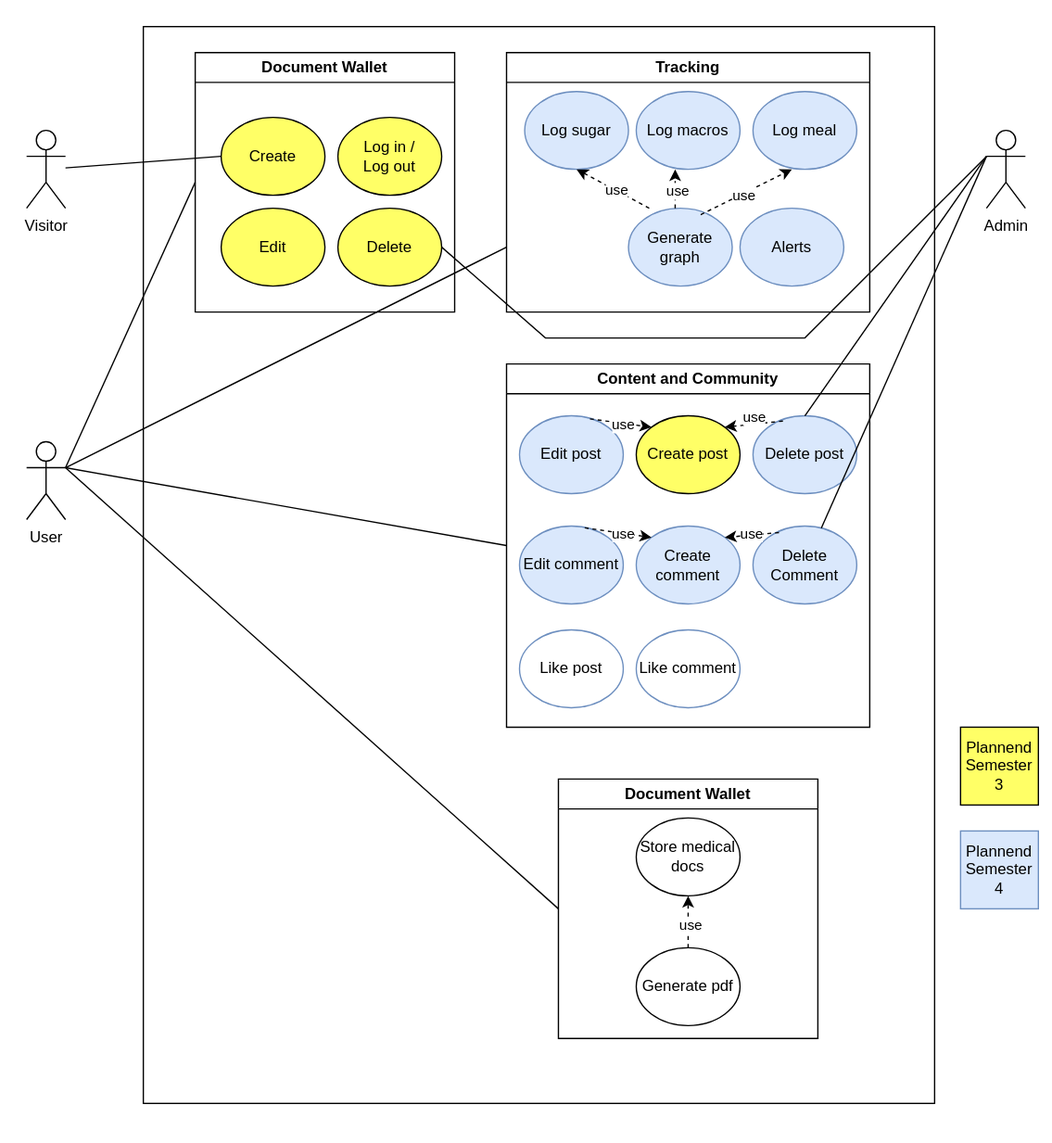
millisom/GluGuide keeps this draw.io diagram as docs/UCD2.drawio.svg. Above is the earlier version. Source tidied: cells renumbered, new cells last; positions are measured from the earlier drawing's top-left corner, leaving out a move shared by most shapes. Its diagram source:
```xml
<mxGraphModel>
  <root>
    <mxCell id="0" />
    <mxCell id="1" parent="0" />
    <mxCell id="2" style="rounded=0;whiteSpace=wrap;html=1;fillColor=default;strokeColor=none;" parent="1" vertex="1">
      <mxGeometry width="810" height="880" as="geometry" />
    </mxCell>
    <mxCell id="3" value="Account" style="swimlane;whiteSpace=wrap;html=1;" parent="1" vertex="1">
      <mxGeometry x="150" y="40" width="510" height="500" as="geometry" />
    </mxCell>
    <mxCell id="4" style="rounded=0;whiteSpace=wrap;html=1;" parent="3" vertex="1">
      <mxGeometry x="-40" y="-20" width="610" height="830" as="geometry" />
    </mxCell>
    <mxCell id="5" value="Create" style="ellipse;whiteSpace=wrap;html=1;fillColor=#FFFF66;" parent="3" vertex="1">
      <mxGeometry x="20" y="50" width="80" height="60" as="geometry" />
    </mxCell>
    <mxCell id="6" value="Log in /&lt;br&gt;Log out" style="ellipse;whiteSpace=wrap;html=1;fillColor=#FFFF66;" parent="3" vertex="1">
      <mxGeometry x="110" y="50" width="80" height="60" as="geometry" />
    </mxCell>
    <mxCell id="7" value="Document Wallet" style="swimlane;whiteSpace=wrap;html=1;" parent="3" vertex="1">
      <mxGeometry width="200" height="200" as="geometry" />
    </mxCell>
    <mxCell id="8" value="Edit" style="ellipse;whiteSpace=wrap;html=1;fillColor=#FFFF66;" parent="7" vertex="1">
      <mxGeometry x="20" y="120" width="80" height="60" as="geometry" />
    </mxCell>
    <mxCell id="9" value="Delete" style="ellipse;whiteSpace=wrap;html=1;fillColor=#FFFF66;" parent="7" vertex="1">
      <mxGeometry x="110" y="120" width="80" height="60" as="geometry" />
    </mxCell>
    <mxCell id="10" style="edgeStyle=orthogonalEdgeStyle;rounded=0;jettySize=auto;html=1;exitX=0.5;exitY=1;exitDx=0;exitDy=0;entryX=0.23;entryY=0.265;entryDx=0;entryDy=0;entryPerimeter=0;" parent="3" edge="1" source="7" target="4">
      <mxGeometry relative="1" as="geometry" />
    </mxCell>
    <mxCell id="11" value="Generate graph" style="ellipse;whiteSpace=wrap;html=1;fillColor=#dae8fc;strokeColor=#6c8ebf;" parent="3" vertex="1">
      <mxGeometry x="334" y="120" width="80" height="60" as="geometry" />
    </mxCell>
    <mxCell id="12" value="Log meal" style="ellipse;whiteSpace=wrap;html=1;fillColor=#dae8fc;strokeColor=#6c8ebf;" parent="3" vertex="1">
      <mxGeometry x="430" y="30" width="80" height="60" as="geometry" />
    </mxCell>
    <mxCell id="13" value="Log sugar" style="ellipse;whiteSpace=wrap;html=1;fillColor=#dae8fc;strokeColor=#6c8ebf;" parent="3" vertex="1">
      <mxGeometry x="254" y="30" width="80" height="60" as="geometry" />
    </mxCell>
    <mxCell id="14" style="endArrow=classic;html=1;rounded=0;dashed=1;exitX=0.5;exitY=1;exitDx=0;exitDy=0;entryX=0.5;entryY=1;entryDx=0;entryDy=0;" parent="3" edge="1" target="13">
      <mxGeometry relative="1" as="geometry">
        <mxPoint x="350" y="120" as="sourcePoint" />
      </mxGeometry>
    </mxCell>
    <mxCell id="15" value="use" style="edgeLabel;html=1;align=center;verticalAlign=middle;" parent="14" vertex="1">
      <mxGeometry x="-0.09" y="-1" relative="1" as="geometry" />
    </mxCell>
    <mxCell id="16" value="Log macros" style="ellipse;whiteSpace=wrap;html=1;fillColor=#dae8fc;strokeColor=#6c8ebf;" parent="3" vertex="1">
      <mxGeometry x="340" y="30" width="80" height="60" as="geometry" />
    </mxCell>
    <mxCell id="17" value="Alerts" style="ellipse;whiteSpace=wrap;html=1;fillColor=#dae8fc;strokeColor=#6c8ebf;" parent="3" vertex="1">
      <mxGeometry x="420" y="120" width="80" height="60" as="geometry" />
    </mxCell>
    <mxCell id="18" value="Delete post" style="ellipse;whiteSpace=wrap;html=1;fillColor=#dae8fc;strokeColor=#6c8ebf;" parent="3" vertex="1">
      <mxGeometry x="430" y="280" width="80" height="60" as="geometry" />
    </mxCell>
    <mxCell id="19" value="Edit comment" style="ellipse;whiteSpace=wrap;html=1;fillColor=#dae8fc;strokeColor=#6c8ebf;" parent="3" vertex="1">
      <mxGeometry x="250" y="365" width="80" height="60" as="geometry" />
    </mxCell>
    <mxCell id="20" value="Delete Comment" style="ellipse;whiteSpace=wrap;html=1;fillColor=#dae8fc;strokeColor=#6c8ebf;" parent="3" vertex="1">
      <mxGeometry x="430" y="365" width="80" height="60" as="geometry" />
    </mxCell>
    <mxCell id="21" value="Create comment" style="ellipse;whiteSpace=wrap;html=1;fillColor=#dae8fc;strokeColor=#6c8ebf;" parent="3" vertex="1">
      <mxGeometry x="340" y="365" width="80" height="60" as="geometry" />
    </mxCell>
    <mxCell id="22" style="endArrow=classic;html=1;rounded=0;dashed=1;entryX=0;entryY=0;entryDx=0;entryDy=0;exitX=0.629;exitY=0.022;exitDx=0;exitDy=0;exitPerimeter=0;" parent="3" edge="1" source="19" target="21">
      <mxGeometry relative="1" as="geometry" />
    </mxCell>
    <mxCell id="23" value="use" style="edgeLabel;html=1;align=center;verticalAlign=middle;" parent="22" vertex="1">
      <mxGeometry x="-0.09" y="-1" relative="1" as="geometry">
        <mxPoint x="6" as="offset" />
      </mxGeometry>
    </mxCell>
    <mxCell id="24" value="Tracking" style="swimlane;whiteSpace=wrap;html=1;" parent="1" vertex="1">
      <mxGeometry x="390" y="40" width="280" height="200" as="geometry" />
    </mxCell>
    <mxCell id="25" value="Document Wallet" style="swimlane;whiteSpace=wrap;html=1;" parent="1" vertex="1">
      <mxGeometry x="430" y="600" width="200" height="200" as="geometry" />
    </mxCell>
    <mxCell id="26" value="Store medical docs" style="ellipse;whiteSpace=wrap;html=1;" parent="25" vertex="1">
      <mxGeometry x="60" y="30" width="80" height="60" as="geometry" />
    </mxCell>
    <mxCell id="27" value="Generate pdf" style="ellipse;whiteSpace=wrap;html=1;" parent="25" vertex="1">
      <mxGeometry x="60" y="130" width="80" height="60" as="geometry" />
    </mxCell>
    <mxCell id="28" style="endArrow=classic;html=1;rounded=0;dashed=1;exitX=0.5;exitY=0;exitDx=0;exitDy=0;entryX=0.5;entryY=1;entryDx=0;entryDy=0;" parent="25" edge="1" source="27" target="26">
      <mxGeometry relative="1" as="geometry" />
    </mxCell>
    <mxCell id="29" value="use" style="edgeLabel;html=1;align=center;verticalAlign=middle;" parent="28" vertex="1">
      <mxGeometry x="-0.09" y="-1" relative="1" as="geometry" />
    </mxCell>
    <mxCell id="30" value="Content and Community" style="swimlane;whiteSpace=wrap;html=1;" parent="1" vertex="1">
      <mxGeometry x="390" y="280" width="280" height="280" as="geometry" />
    </mxCell>
    <mxCell id="31" value="Create post" style="ellipse;whiteSpace=wrap;html=1;fillColor=#FFFF66;" parent="30" vertex="1">
      <mxGeometry x="100" y="40" width="80" height="60" as="geometry" />
    </mxCell>
    <mxCell id="32" value="Like comment" style="ellipse;whiteSpace=wrap;html=1;fillColor=none;strokeColor=#6c8ebf;" parent="30" vertex="1">
      <mxGeometry x="100" y="205" width="80" height="60" as="geometry" />
    </mxCell>
    <mxCell id="33" value="Edit post" style="ellipse;whiteSpace=wrap;html=1;fillColor=#dae8fc;strokeColor=#6c8ebf;" parent="30" vertex="1">
      <mxGeometry x="10" y="40" width="80" height="60" as="geometry" />
    </mxCell>
    <mxCell id="34" style="endArrow=classic;html=1;rounded=0;dashed=1;exitX=0.679;exitY=0.039;exitDx=0;exitDy=0;entryX=0;entryY=0;entryDx=0;entryDy=0;exitPerimeter=0;" parent="30" edge="1" source="33" target="31">
      <mxGeometry relative="1" as="geometry" />
    </mxCell>
    <mxCell id="35" value="use" style="edgeLabel;html=1;align=center;verticalAlign=middle;" parent="34" vertex="1">
      <mxGeometry x="-0.09" y="-1" relative="1" as="geometry">
        <mxPoint x="4" as="offset" />
      </mxGeometry>
    </mxCell>
    <mxCell id="36" value="Like post" style="ellipse;whiteSpace=wrap;html=1;fillColor=none;strokeColor=#6c8ebf;" parent="30" vertex="1">
      <mxGeometry x="10" y="205" width="80" height="60" as="geometry" />
    </mxCell>
    <mxCell id="37" value="Visitor" style="shape=umlActor;verticalLabelPosition=bottom;verticalAlign=top;html=1;outlineConnect=0;" parent="1" vertex="1">
      <mxGeometry x="20" y="100" width="30" height="60" as="geometry" />
    </mxCell>
    <mxCell id="38" value="User" style="shape=umlActor;verticalLabelPosition=bottom;verticalAlign=top;html=1;" parent="1" vertex="1">
      <mxGeometry x="20" y="340" width="30" height="60" as="geometry" />
    </mxCell>
    <mxCell id="39" value="Admin" style="shape=umlActor;verticalLabelPosition=bottom;verticalAlign=top;html=1;outlineConnect=0;" parent="1" vertex="1">
      <mxGeometry x="760" y="100" width="30" height="60" as="geometry" />
    </mxCell>
    <mxCell id="40" style="endArrow=none;html=1;rounded=0;entryX=0;entryY=0.5;entryDx=0;entryDy=0;" parent="1" edge="1" source="37" target="5">
      <mxGeometry relative="1" as="geometry" />
    </mxCell>
    <mxCell id="41" style="endArrow=none;html=1;rounded=0;entryX=0;entryY=0.5;entryDx=0;entryDy=0;" parent="1" edge="1" target="7">
      <mxGeometry relative="1" as="geometry">
        <mxPoint x="50" y="360" as="sourcePoint" />
      </mxGeometry>
    </mxCell>
    <mxCell id="42" style="endArrow=none;html=1;rounded=0;entryX=0;entryY=0.75;entryDx=0;entryDy=0;" parent="1" edge="1" target="24">
      <mxGeometry relative="1" as="geometry">
        <mxPoint x="50" y="360" as="sourcePoint" />
      </mxGeometry>
    </mxCell>
    <mxCell id="43" style="endArrow=none;html=1;rounded=0;entryX=0;entryY=0.5;entryDx=0;entryDy=0;" parent="1" edge="1" target="30">
      <mxGeometry relative="1" as="geometry">
        <mxPoint x="50" y="360" as="sourcePoint" />
      </mxGeometry>
    </mxCell>
    <mxCell id="44" style="endArrow=none;html=1;rounded=0;exitX=0;exitY=0.5;exitDx=0;exitDy=0;" parent="1" edge="1" source="25">
      <mxGeometry relative="1" as="geometry">
        <mxPoint x="50" y="360" as="targetPoint" />
      </mxGeometry>
    </mxCell>
    <mxCell id="45" style="endArrow=none;html=1;rounded=0;entryX=0;entryY=0.3333333333333333;entryDx=0;entryDy=0;entryPerimeter=0;exitX=0.5;exitY=0;exitDx=0;exitDy=0;" parent="1" edge="1" source="18" target="39">
      <mxGeometry relative="1" as="geometry" />
    </mxCell>
    <mxCell id="46" style="endArrow=none;html=1;rounded=0;" parent="1" edge="1" source="20">
      <mxGeometry relative="1" as="geometry">
        <mxPoint x="760" y="120" as="targetPoint" />
      </mxGeometry>
    </mxCell>
    <mxCell id="47" style="endArrow=none;html=1;rounded=0;entryX=1;entryY=0.5;entryDx=0;entryDy=0;exitX=0;exitY=0.3333333333333333;exitDx=0;exitDy=0;exitPerimeter=0;" parent="1" edge="1" source="39" target="9">
      <mxGeometry relative="1" as="geometry">
        <Array as="points">
          <mxPoint x="620" y="260" />
          <mxPoint x="420" y="260" />
        </Array>
      </mxGeometry>
    </mxCell>
    <mxCell id="48" style="endArrow=classic;html=1;rounded=0;dashed=1;" parent="1" edge="1">
      <mxGeometry relative="1" as="geometry">
        <mxPoint x="520" y="160" as="sourcePoint" />
        <mxPoint x="520" y="130" as="targetPoint" />
      </mxGeometry>
    </mxCell>
    <mxCell id="49" value="use" style="edgeLabel;html=1;align=center;verticalAlign=middle;" parent="48" vertex="1">
      <mxGeometry x="-0.09" y="-1" relative="1" as="geometry" />
    </mxCell>
    <mxCell id="50" style="endArrow=classic;html=1;rounded=0;dashed=1;exitX=0.696;exitY=0.083;exitDx=0;exitDy=0;exitPerimeter=0;" parent="1" edge="1" source="11">
      <mxGeometry relative="1" as="geometry">
        <mxPoint x="610" y="130" as="targetPoint" />
      </mxGeometry>
    </mxCell>
    <mxCell id="51" value="use" style="edgeLabel;html=1;align=center;verticalAlign=middle;" parent="50" vertex="1">
      <mxGeometry x="-0.09" y="-1" relative="1" as="geometry" />
    </mxCell>
    <mxCell id="52" style="endArrow=classic;html=1;rounded=0;dashed=1;exitX=1;exitY=0;exitDx=0;exitDy=0;entryX=1;entryY=0;entryDx=0;entryDy=0;" parent="1" edge="1" target="21">
      <mxGeometry relative="1" as="geometry">
        <mxPoint x="600" y="410" as="sourcePoint" />
      </mxGeometry>
    </mxCell>
    <mxCell id="53" value="use" style="edgeLabel;html=1;align=center;verticalAlign=middle;" parent="52" vertex="1">
      <mxGeometry x="-0.09" y="-1" relative="1" as="geometry">
        <mxPoint x="-2" as="offset" />
      </mxGeometry>
    </mxCell>
    <mxCell id="54" style="endArrow=classic;html=1;rounded=0;dashed=1;entryX=1;entryY=0;entryDx=0;entryDy=0;exitX=0.288;exitY=0.067;exitDx=0;exitDy=0;exitPerimeter=0;" parent="1" edge="1" source="18" target="31">
      <mxGeometry relative="1" as="geometry" />
    </mxCell>
    <mxCell id="55" value="use" style="edgeLabel;html=1;align=center;verticalAlign=middle;" parent="54" vertex="1">
      <mxGeometry x="-0.09" y="-1" relative="1" as="geometry">
        <mxPoint x="-2" y="-5" as="offset" />
      </mxGeometry>
    </mxCell>
    <mxCell id="56" value="Plannend&lt;br&gt;Semester 3" style="rounded=0;whiteSpace=wrap;html=1;fillColor=#FFFF66;" parent="1" vertex="1">
      <mxGeometry x="740" y="560" width="60" height="60" as="geometry" />
    </mxCell>
    <mxCell id="57" value="Plannend&lt;br&gt;Semester&lt;br&gt;4" style="rounded=0;whiteSpace=wrap;html=1;fillColor=#dae8fc;strokeColor=#6c8ebf;" parent="1" vertex="1">
      <mxGeometry x="740" y="640" width="60" height="60" as="geometry" />
    </mxCell>
  </root>
</mxGraphModel>
```
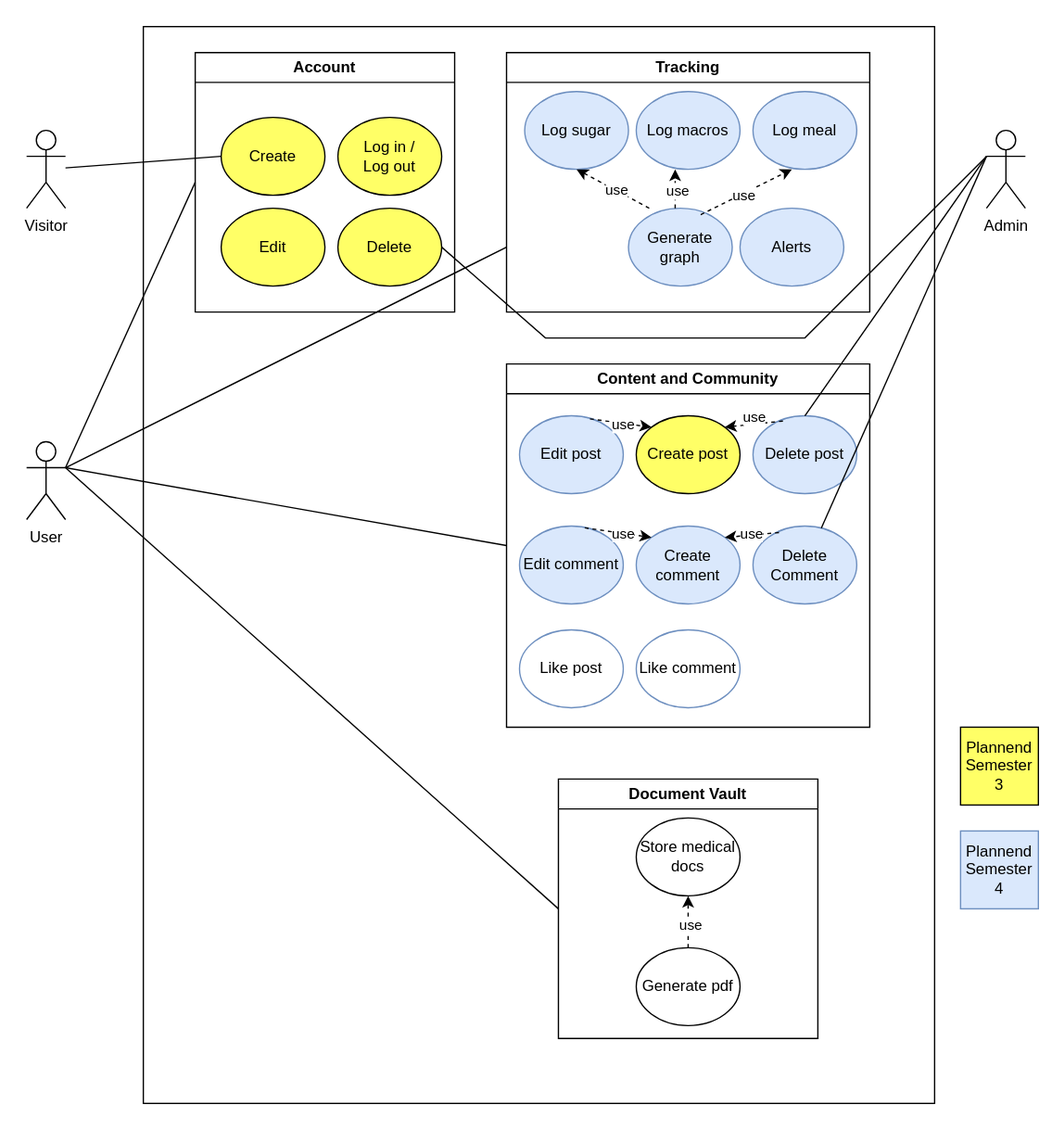
Above is the later version.

The edit, as a diff of the source:
```diff
@@ -17,7 +17,7 @@
     <mxCell id="6" value="Log in /&lt;br&gt;Log out" style="ellipse;whiteSpace=wrap;html=1;fillColor=#FFFF66;" parent="3" vertex="1">
       <mxGeometry x="110" y="50" width="80" height="60" as="geometry" />
     </mxCell>
-    <mxCell id="7" value="Document Wallet" style="swimlane;whiteSpace=wrap;html=1;" parent="3" vertex="1">
+    <mxCell id="7" value="Account" style="swimlane;whiteSpace=wrap;html=1;" parent="3" vertex="1">
       <mxGeometry width="200" height="200" as="geometry" />
     </mxCell>
     <mxCell id="8" value="Edit" style="ellipse;whiteSpace=wrap;html=1;fillColor=#FFFF66;" parent="7" vertex="1">
@@ -75,7 +75,7 @@
     <mxCell id="24" value="Tracking" style="swimlane;whiteSpace=wrap;html=1;" parent="1" vertex="1">
       <mxGeometry x="390" y="40" width="280" height="200" as="geometry" />
     </mxCell>
-    <mxCell id="25" value="Document Wallet" style="swimlane;whiteSpace=wrap;html=1;" parent="1" vertex="1">
+    <mxCell id="25" value="Document Vault" style="swimlane;whiteSpace=wrap;html=1;" parent="1" vertex="1">
       <mxGeometry x="430" y="600" width="200" height="200" as="geometry" />
     </mxCell>
     <mxCell id="26" value="Store medical docs" style="ellipse;whiteSpace=wrap;html=1;" parent="25" vertex="1">
```
